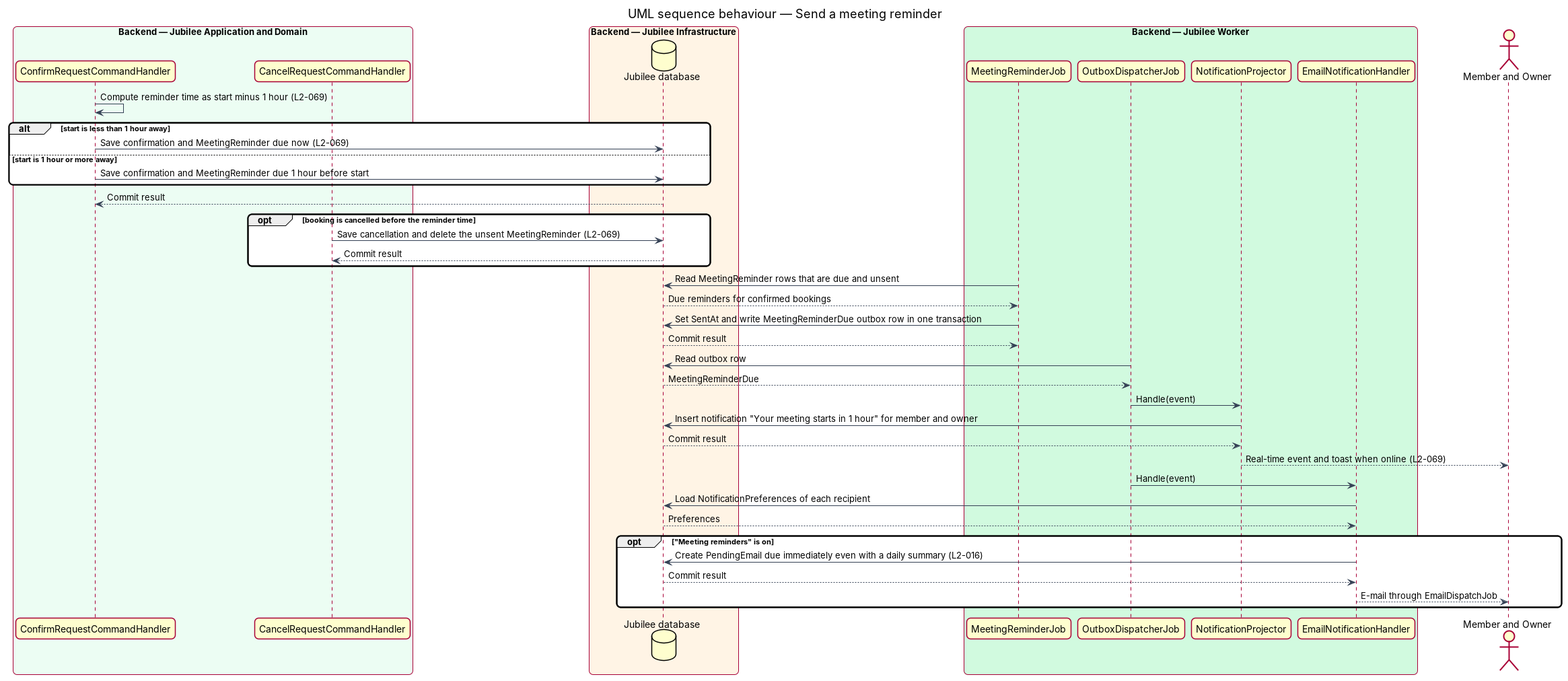
QuinntyneBrown/jubilee keeps this PlantUML diagram as docs/detailed-designs/notifications/send-email-notifications/diagrams/sequence-send-meeting-reminder.png. Above is the earlier version. Its source is kept beside it as docs/detailed-designs/notifications/send-email-notifications/diagrams/sequence-send-meeting-reminder.puml.
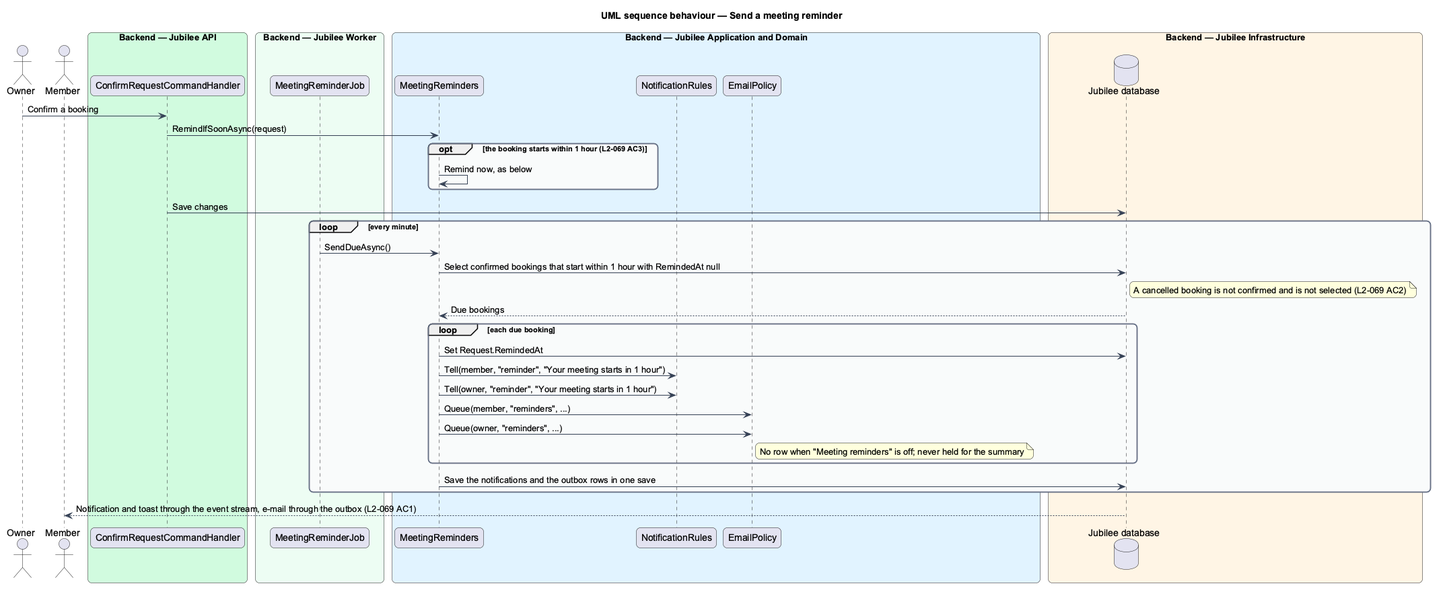
After the change.

The edit, as a diff of the source:
```diff
@@ -14,47 +14,42 @@
   FontColor #101828
   BackgroundColor #F9FAFB
 }
-box "Backend — Jubilee Application and Domain" #ECFDF3
+actor "Owner" as owner
+actor "Member" as member
+box "Backend — Jubilee API" #D1FADF
   participant "ConfirmRequestCommandHandler" as confirm
-  participant "CancelRequestCommandHandler" as cancel
+end box
+box "Backend — Jubilee Worker" #ECFDF3
+  participant "MeetingReminderJob" as job
+end box
+box "Backend — Jubilee Application and Domain" #E0F2FE
+  participant "MeetingReminders" as reminders
+  participant "NotificationRules" as rules
+  participant "EmailPolicy" as policy
 end box
 box "Backend — Jubilee Infrastructure" #FFF4E5
   database "Jubilee database" as db
 end box
-box "Backend — Jubilee Worker" #D1FADF
-  participant "MeetingReminderJob" as job
-  participant "OutboxDispatcherJob" as outbox
-  participant "NotificationProjector" as notify
-  participant "EmailNotificationHandler" as planner
-end box
-actor "Member and Owner" as people
-confirm -> confirm : Compute reminder time as start minus 1 hour (L2-069)
-alt start is less than 1 hour away
-  confirm -> db : Save confirmation and MeetingReminder due now (L2-069)
-else start is 1 hour or more away
-  confirm -> db : Save confirmation and MeetingReminder due 1 hour before start
+owner -> confirm : Confirm a booking
+confirm -> reminders : RemindIfSoonAsync(request)
+opt the booking starts within 1 hour (L2-069 AC3)
+  reminders -> reminders : Remind now, as below
 end
-db --> confirm : Commit result
-opt booking is cancelled before the reminder time
-  cancel -> db : Save cancellation and delete the unsent MeetingReminder (L2-069)
-  db --> cancel : Commit result
+confirm -> db : Save changes
+loop every minute
+  job -> reminders : SendDueAsync()
+  reminders -> db : Select confirmed bookings that start within 1 hour with RemindedAt null
+  note right of db : A cancelled booking is not confirmed and is not selected (L2-069 AC2)
+  db --> reminders : Due bookings
+  loop each due booking
+    reminders -> db : Set Request.RemindedAt
+    reminders -> rules : Tell(member, "reminder", "Your meeting starts in 1 hour")
+    reminders -> rules : Tell(owner, "reminder", "Your meeting starts in 1 hour")
+    reminders -> policy : Queue(member, "reminders", ...)
+    reminders -> policy : Queue(owner, "reminders", ...)
+    note right of policy : No row when "Meeting reminders" is off; never held for the summary
+  end
+  reminders -> db : Save the notifications and the outbox rows in one save
 end
-job -> db : Read MeetingReminder rows that are due and unsent
-db --> job : Due reminders for confirmed bookings
-job -> db : Set SentAt and write MeetingReminderDue outbox row in one transaction
-db --> job : Commit result
-outbox -> db : Read outbox row
-db --> outbox : MeetingReminderDue
-outbox -> notify : Handle(event)
-notify -> db : Insert notification "Your meeting starts in 1 hour" for member and owner
-db --> notify : Commit result
-notify --> people : Real-time event and toast when online (L2-069)
-outbox -> planner : Handle(event)
-planner -> db : Load NotificationPreferences of each recipient
-db --> planner : Preferences
-opt "Meeting reminders" is on
-  planner -> db : Create PendingEmail due immediately even with a daily summary (L2-016)
-  db --> planner : Commit result
-  planner --> people : E-mail through EmailDispatchJob
-end
+db --> member : Notification and toast through the event stream, e-mail through the outbox (L2-069 AC1)
 @enduml
```
